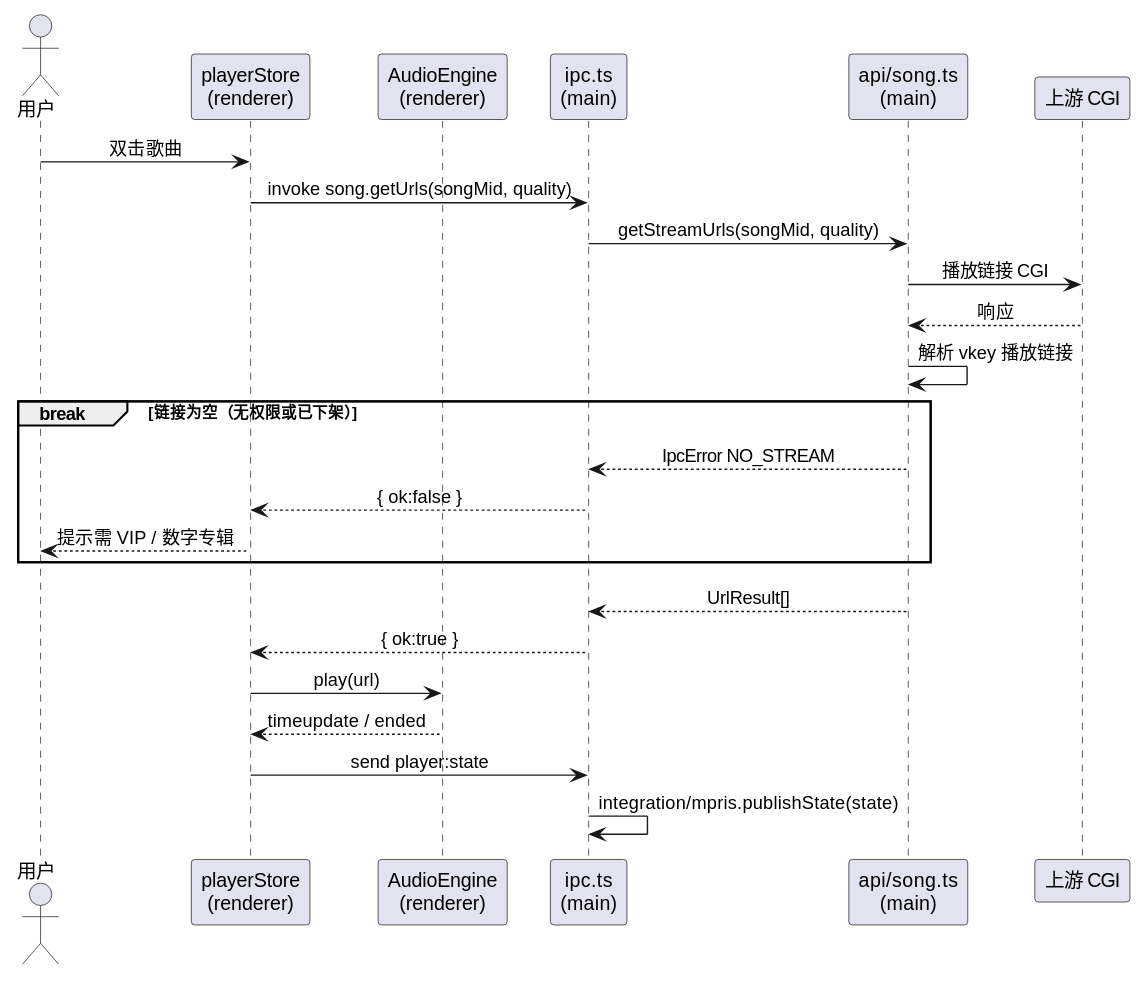
Before: diagram/seq-play.svg, a diagram exported from PlantUML (54m43lJ/LycheePlayer). Source of this version:
```plantuml
@startuml
skinparam shadowing false
skinparam defaultTextAlignment center

actor 用户 as U
participant "playerStore\n(renderer)" as S
participant "AudioEngine\n(renderer)" as A
participant "ipc.ts\n(main)" as IPC
participant "api/song.ts\n(main)" as SG
participant "上游 CGI" as UP

U -> S : 双击歌曲
S -> IPC : invoke song.getUrls(songMid, quality)
IPC -> SG : getStreamUrls(songMid, quality)
SG -> UP : 播放链接 CGI
UP --> SG : 响应
SG -> SG : 解析 vkey 播放链接

break 链接为空（无权限或已下架）
  SG --> IPC : IpcError NO_STREAM
  IPC --> S : { ok:false }
  S --> U : 提示需 VIP / 数字专辑
end

SG --> IPC : UrlResult[]
IPC --> S : { ok:true }
S -> A : play(url)
A --> S : timeupdate / ended
S -> IPC : send player:state
IPC -> IPC : integration/mpris.publishState(state)
@enduml
```
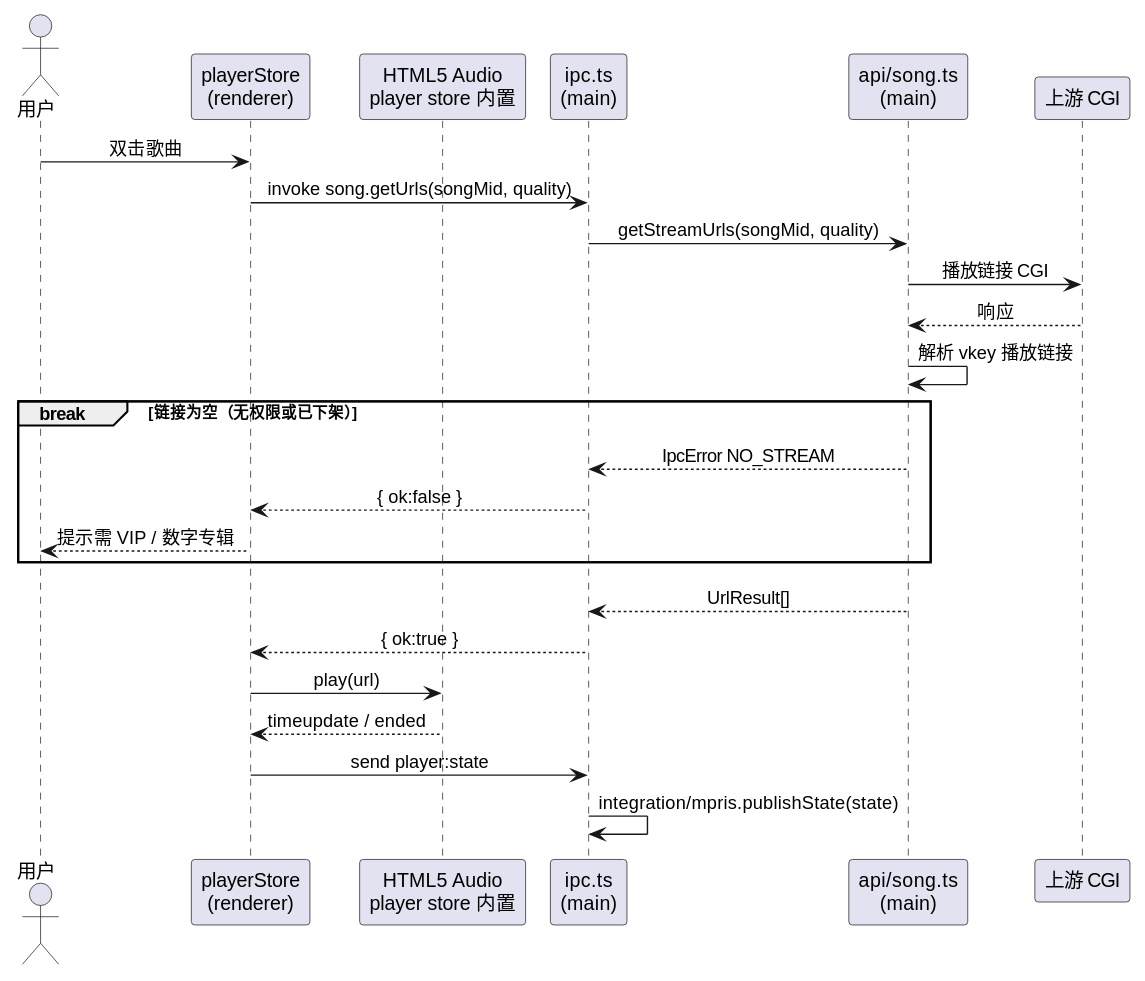
Later version of the same file.

Change to the diagram source:
```diff
@@ -4,7 +4,7 @@
 
 actor 用户 as U
 participant "playerStore\n(renderer)" as S
-participant "AudioEngine\n(renderer)" as A
+participant "HTML5 Audio\nplayer store 内置" as A
 participant "ipc.ts\n(main)" as IPC
 participant "api/song.ts\n(main)" as SG
 participant "上游 CGI" as UP
```
